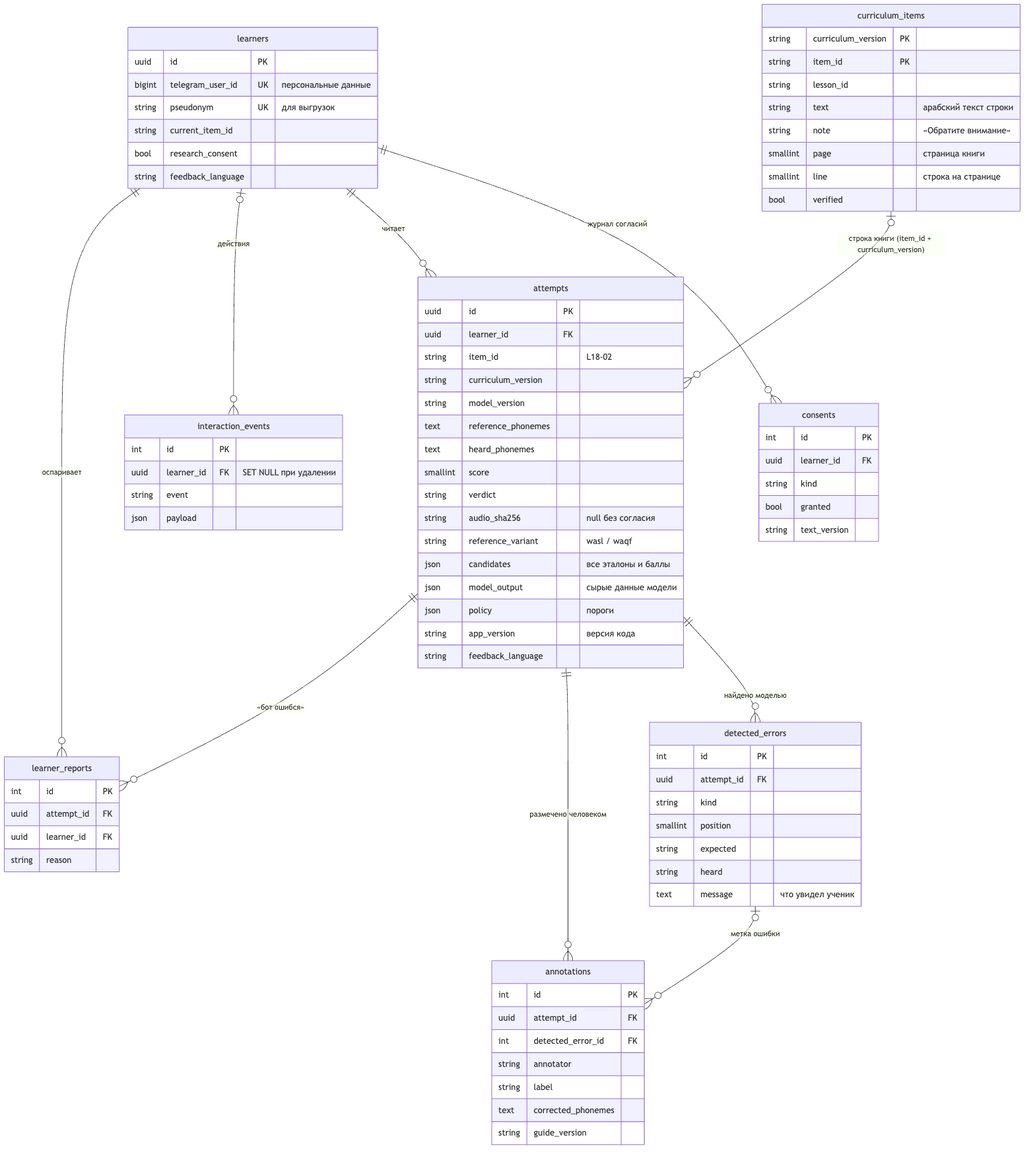
Before: docs/architecture/diagrams/04-er.png, a diagram exported from Mermaid (abdra04-gif/muallim). Its source is kept beside it as docs/architecture/diagrams/04-er.mmd. The source it was exported from:
```mermaid
erDiagram
    learners ||--o{ consents : "журнал согласий"
    learners ||--o{ attempts : "читает"
    learners |o--o{ interaction_events : "действия"
    attempts ||--o{ detected_errors : "найдено моделью"
    attempts ||--o{ annotations : "размечено человеком"
    detected_errors |o--o{ annotations : "метка ошибки"
    attempts ||--o{ learner_reports : "«бот ошибся»"
    learners ||--o{ learner_reports : "оспаривает"
    curriculum_items |o--o{ attempts : "строка книги (item_id + curriculum_version)"

    learners {
        uuid id PK
        bigint telegram_user_id UK "персональные данные"
        string pseudonym UK "для выгрузок"
        string current_item_id
        bool research_consent
        string feedback_language
    }
    consents {
        int id PK
        uuid learner_id FK
        string kind
        bool granted
        string text_version
    }
    attempts {
        uuid id PK
        uuid learner_id FK
        string item_id "L18-02"
        string curriculum_version
        string model_version
        text reference_phonemes
        text heard_phonemes
        smallint score
        string verdict
        string audio_sha256 "null без согласия"
        string reference_variant "wasl / waqf"
        json candidates "все эталоны и баллы"
        json model_output "сырые данные модели"
        json policy "пороги"
        string app_version "версия кода"
        string feedback_language
    }
    curriculum_items {
        string curriculum_version PK
        string item_id PK
        string lesson_id
        string text "арабский текст строки"
        string note "«Обратите внимание»"
        smallint page "страница книги"
        smallint line "строка на странице"
        bool verified
    }
    learner_reports {
        int id PK
        uuid attempt_id FK
        uuid learner_id FK
        string reason
    }
    detected_errors {
        int id PK
        uuid attempt_id FK
        string kind
        smallint position
        string expected
        string heard
        text message "что увидел ученик"
    }
    annotations {
        int id PK
        uuid attempt_id FK
        int detected_error_id FK
        string annotator
        string label
        text corrected_phonemes
        string guide_version
    }
    interaction_events {
        int id PK
        uuid learner_id FK "SET NULL при удалении"
        string event
        json payload
    }
```
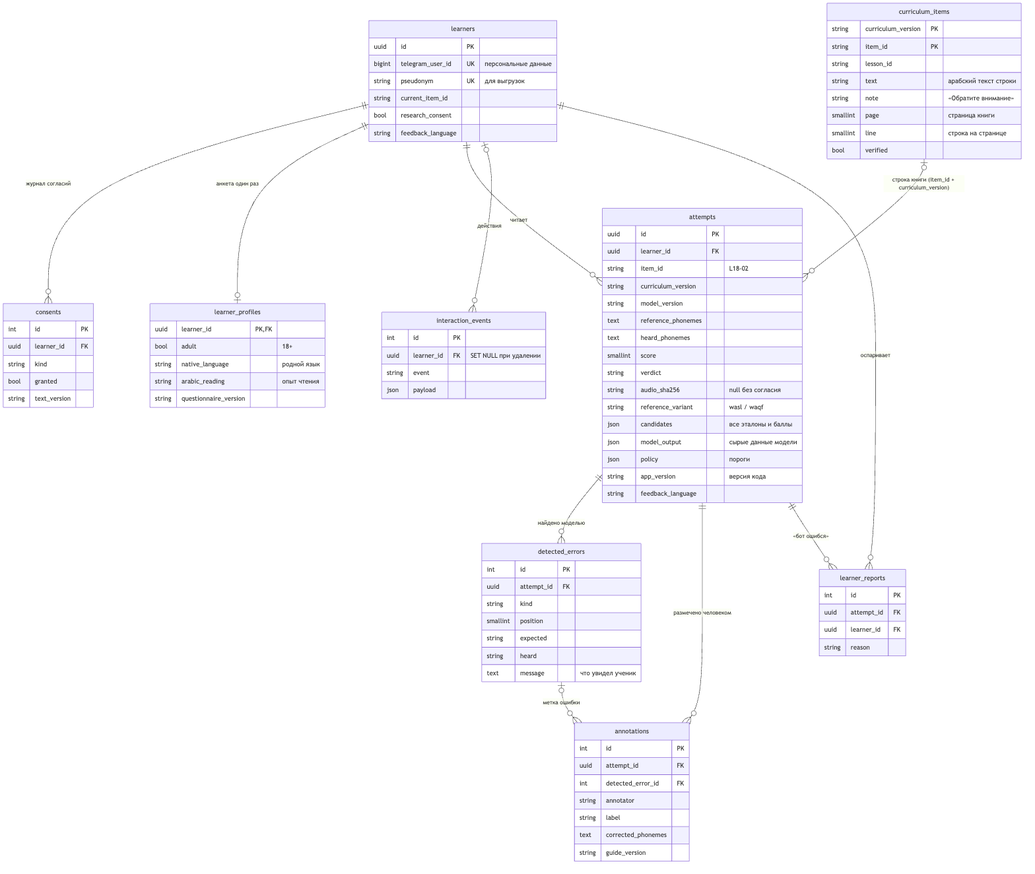
After the commit.

Diff of the diagram source:
```diff
@@ -1,5 +1,6 @@
 erDiagram
     learners ||--o{ consents : "журнал согласий"
+    learners ||--o| learner_profiles : "анкета один раз"
     learners ||--o{ attempts : "читает"
     learners |o--o{ interaction_events : "действия"
     attempts ||--o{ detected_errors : "найдено моделью"
@@ -23,6 +24,13 @@
         string kind
         bool granted
         string text_version
+    }
+    learner_profiles {
+        uuid learner_id PK,FK
+        bool adult "18+"
+        string native_language "родной язык"
+        string arabic_reading "опыт чтения"
+        string questionnaire_version
     }
     attempts {
         uuid id PK
```
